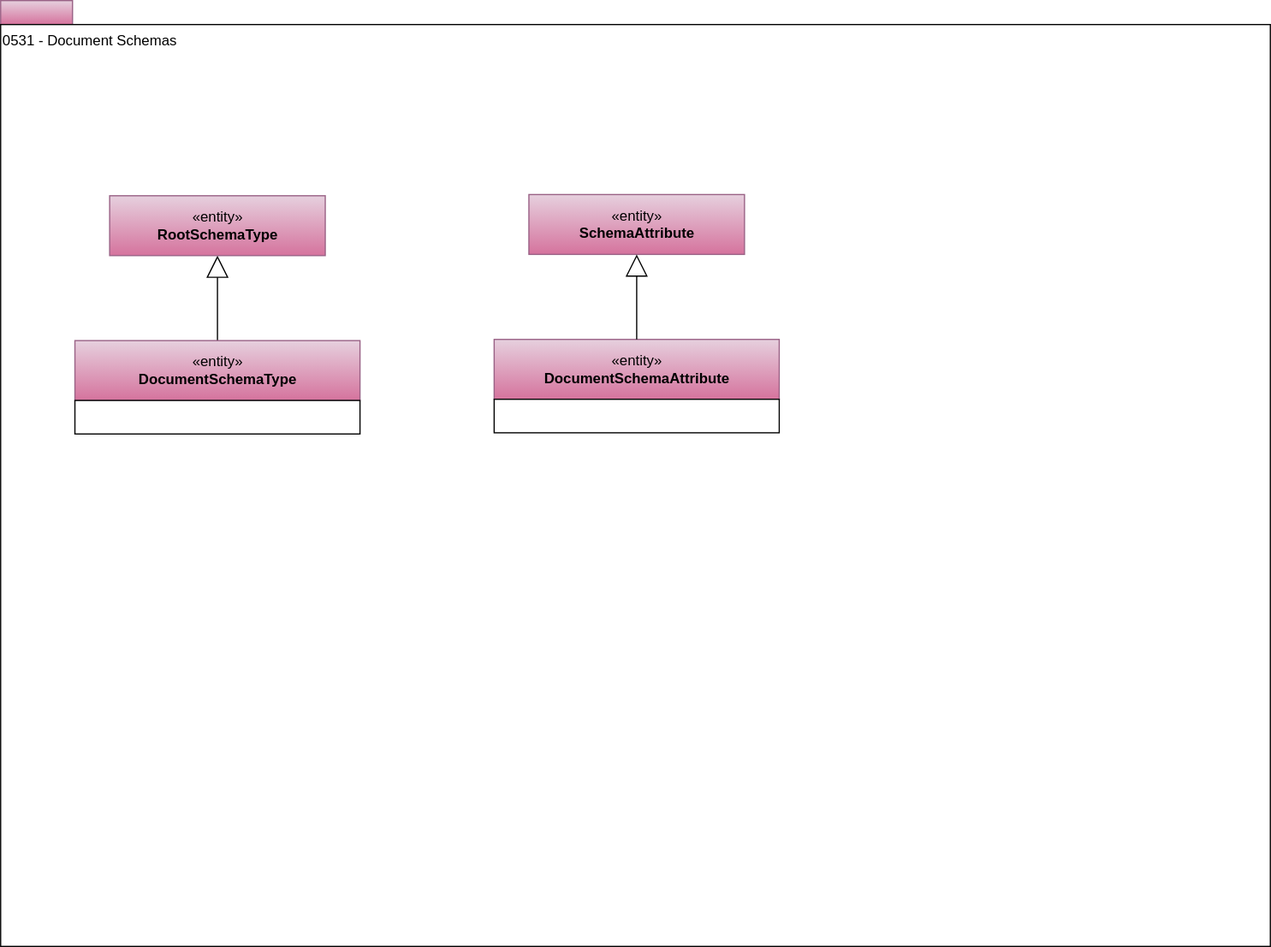
The draw.io diagram site/docs/types/5/0531-Document-Schemas.svg in odpi/egeria-docs, before a commit. Source tidied: cells renumbered, new cells last; positions are measured from the earlier drawing's top-left corner, leaving out a move shared by most shapes.
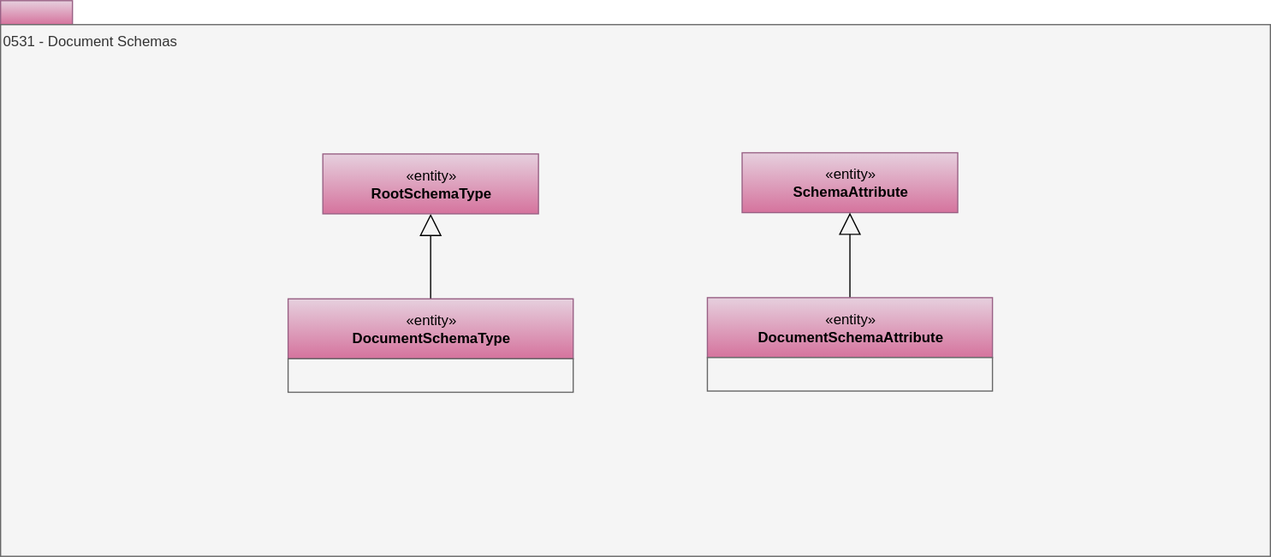
The same diagram one commit later.

Change to the diagram source:
```diff
@@ -3,10 +3,10 @@
     <mxCell id="0" />
     <mxCell id="1" parent="0" />
     <mxCell id="2" style="rounded=0;whiteSpace=wrap;html=1;align=left;fillColor=#e6d0de;strokeColor=#996185;gradientColor=#d5739d;" parent="1" vertex="1">
-      <mxGeometry width="60" height="20" as="geometry" />
+      <mxGeometry x="-178" y="35" width="60" height="20" as="geometry" />
     </mxCell>
-    <mxCell id="3" value="0531 - Document Schemas" style="rounded=0;whiteSpace=wrap;html=1;align=left;verticalAlign=top;" parent="1" vertex="1">
-      <mxGeometry y="20" width="1060" height="770" as="geometry" />
+    <mxCell id="3" value="0531 - Document Schemas" style="rounded=0;whiteSpace=wrap;html=1;align=left;verticalAlign=top;fillColor=#f5f5f5;fontColor=#333333;strokeColor=#666666;" parent="1" vertex="1">
+      <mxGeometry x="-178" y="55" width="1060" height="444" as="geometry" />
     </mxCell>
     <mxCell id="4" style="edgeStyle=orthogonalEdgeStyle;rounded=0;jettySize=auto;html=1;exitX=0.5;exitY=0;exitDx=0;exitDy=0;entryX=0.5;entryY=1;entryDx=0;entryDy=0;startSize=6;endArrow=block;endFill=0;endSize=16;" parent="1" edge="1" source="8" target="5">
       <mxGeometry relative="1" as="geometry" />
@@ -17,26 +17,20 @@
     <mxCell id="6" value="«entity»&lt;br&gt;&lt;b&gt;SchemaAttribute&lt;/b&gt;" style="html=1;strokeColor=#996185;align=center;fillColor=#e6d0de;gradientColor=#d5739d;" parent="1" vertex="1">
       <mxGeometry x="441" y="162" width="180" height="50" as="geometry" />
     </mxCell>
-    <mxCell id="7" style="group;" parent="1" vertex="1">
-      <mxGeometry x="62" y="284" width="238" height="78" as="geometry" />
+    <mxCell id="7" style="edgeStyle=orthogonalEdgeStyle;rounded=0;jettySize=auto;html=1;exitX=0.5;exitY=0;exitDx=0;exitDy=0;entryX=0.5;entryY=1;entryDx=0;entryDy=0;startSize=6;endArrow=block;endFill=0;endSize=16;" parent="1" edge="1" source="10" target="6">
+      <mxGeometry relative="1" as="geometry" />
     </mxCell>
-    <mxCell id="8" value="«entity»&lt;br&gt;&lt;b&gt;DocumentSchemaType&lt;/b&gt;" style="html=1;strokeColor=#996185;align=center;fillColor=#e6d0de;gradientColor=#d5739d;" parent="7" vertex="1">
-      <mxGeometry width="238" height="50" as="geometry" />
+    <mxCell id="8" value="«entity»&lt;br&gt;&lt;b&gt;DocumentSchemaType&lt;/b&gt;" style="html=1;strokeColor=#996185;align=center;fillColor=#e6d0de;gradientColor=#d5739d;" parent="1" vertex="1">
+      <mxGeometry x="62" y="284" width="238" height="50" as="geometry" />
     </mxCell>
-    <mxCell id="9" style="rounded=0;whiteSpace=wrap;html=1;strokeColor=#000000;gradientColor=#ffffff;align=left;" parent="7" vertex="1">
-      <mxGeometry y="50" width="238" height="28" as="geometry" />
+    <mxCell id="9" style="rounded=0;whiteSpace=wrap;html=1;strokeColor=#666666;align=left;fillColor=#f5f5f5;fontColor=#333333;" parent="1" vertex="1">
+      <mxGeometry x="62" y="334" width="238" height="28" as="geometry" />
     </mxCell>
-    <mxCell id="10" style="group;" parent="1" vertex="1">
-      <mxGeometry x="412" y="283" width="238" height="78" as="geometry" />
+    <mxCell id="10" value="«entity»&lt;br&gt;&lt;b&gt;DocumentSchemaAttribute&lt;/b&gt;" style="html=1;strokeColor=#996185;align=center;fillColor=#e6d0de;gradientColor=#d5739d;" parent="1" vertex="1">
+      <mxGeometry x="412" y="283" width="238" height="50" as="geometry" />
     </mxCell>
-    <mxCell id="11" value="«entity»&lt;br&gt;&lt;b&gt;DocumentSchemaAttribute&lt;/b&gt;" style="html=1;strokeColor=#996185;align=center;fillColor=#e6d0de;gradientColor=#d5739d;" parent="10" vertex="1">
-      <mxGeometry width="238" height="50" as="geometry" />
+    <mxCell id="11" style="rounded=0;whiteSpace=wrap;html=1;strokeColor=#666666;align=left;fillColor=#f5f5f5;fontColor=#333333;" parent="1" vertex="1">
+      <mxGeometry x="412" y="333" width="238" height="28" as="geometry" />
     </mxCell>
-    <mxCell id="12" style="rounded=0;whiteSpace=wrap;html=1;strokeColor=#000000;gradientColor=#ffffff;align=left;" parent="10" vertex="1">
-      <mxGeometry y="50" width="238" height="28" as="geometry" />
-    </mxCell>
-    <mxCell id="13" style="edgeStyle=orthogonalEdgeStyle;rounded=0;jettySize=auto;html=1;exitX=0.5;exitY=0;exitDx=0;exitDy=0;entryX=0.5;entryY=1;entryDx=0;entryDy=0;startSize=6;endArrow=block;endFill=0;endSize=16;" parent="1" edge="1" source="11" target="6">
-      <mxGeometry relative="1" as="geometry" />
-    </mxCell>
   </root>
 </mxGraphModel>
```
